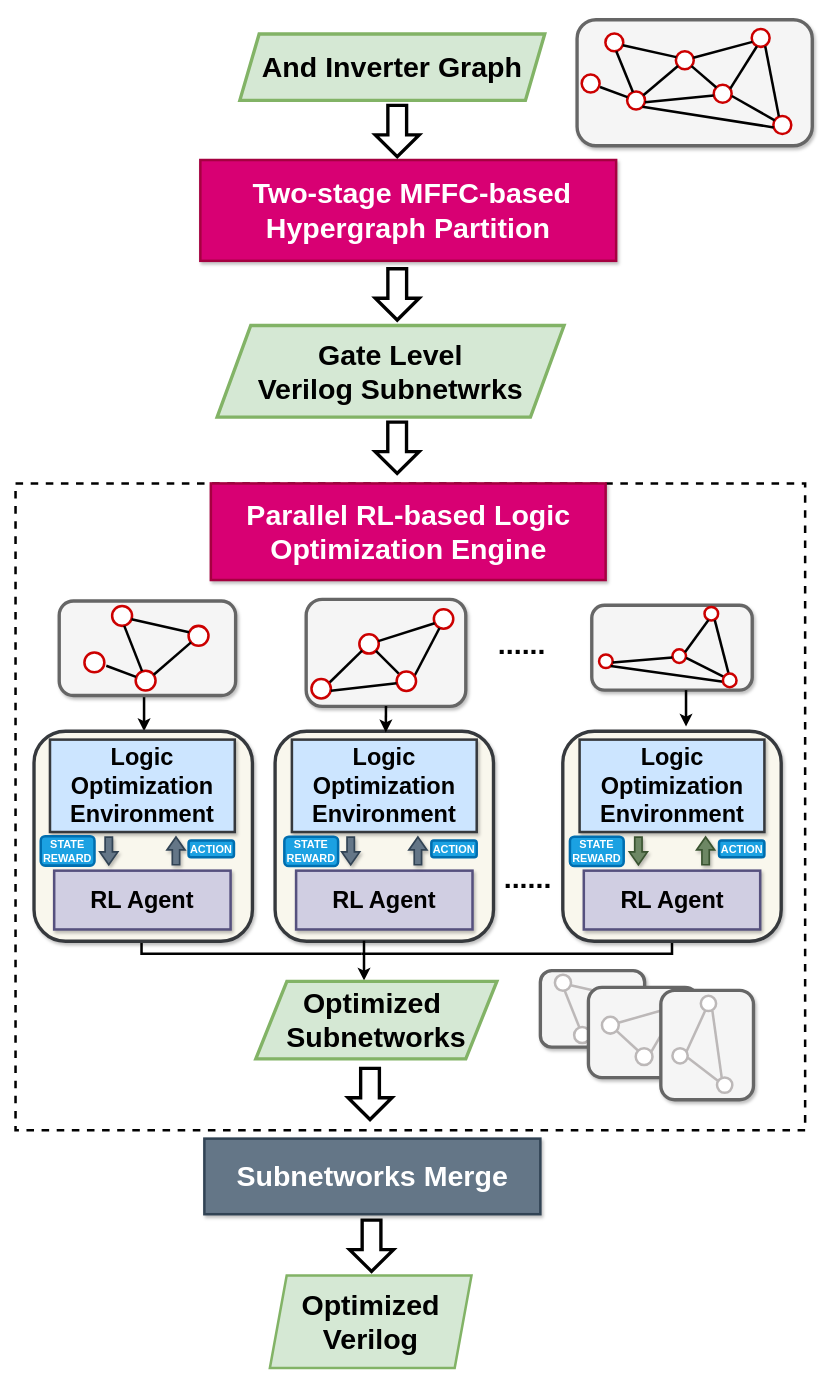
This is explorationEngine.drawio from kxzhu0505/LogicSynOpt, a draw.io file, before an edit. Source tidied: cells renumbered, new cells numbered last; positions are measured from the earlier drawing's top-left corner, leaving out a move shared by most shapes. Both pictures are drawn from the tidied source at 84%, with x=0, y=0 at pixel (15, 19).
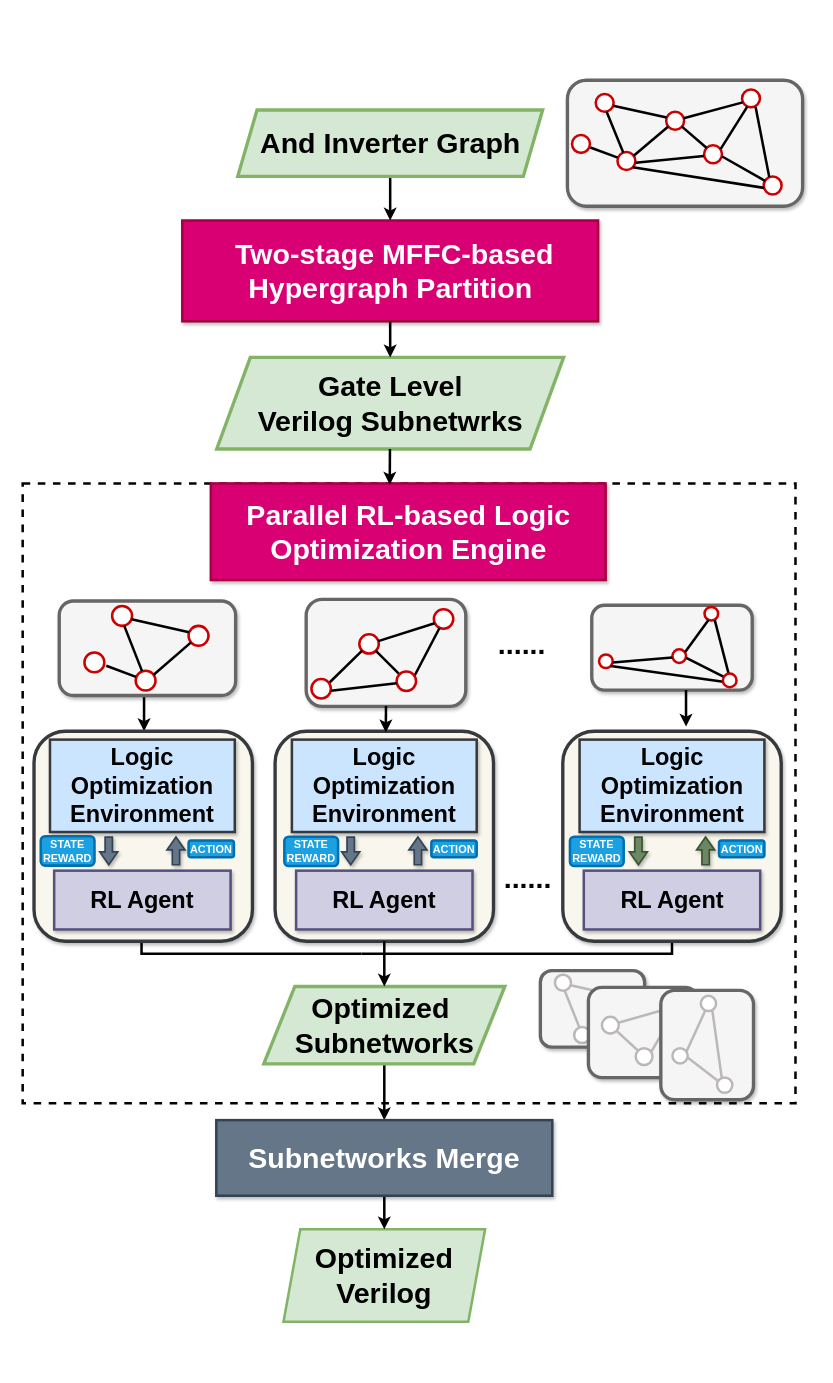
The same page after the edit.

The change refers to these unchanged cells:
```xml
<mxCell id="5" value="&lt;b style=&quot;color: rgb(0, 0, 0);&quot;&gt;&lt;font style=&quot;font-size: 34px;&quot; color=&quot;#ffffff&quot;&gt;&amp;nbsp;Two-stage MFFC-based Hypergraph Partition&lt;/font&gt;&lt;/b&gt;" style="rounded=0;whiteSpace=wrap;html=1;fillColor=#d80073;fontColor=#ffffff;strokeColor=#A50040;strokeWidth=3;shadow=1;" parent="4" vertex="1">
  <mxGeometry x="60" width="495" height="120" as="geometry" />
</mxCell>
<mxCell id="10" style="rounded=1;whiteSpace=wrap;html=1;strokeWidth=4;fillColor=#f9f7ed;strokeColor=#36393d;shadow=1;" parent="9" vertex="1">
  <mxGeometry y="20" width="260" height="250" as="geometry" />
</mxCell>
```

Change to the diagram source:
```diff
@@
     <mxCell id="2" style="rounded=0;whiteSpace=wrap;html=1;fillColor=none;strokeWidth=3;dashed=1;" parent="1" vertex="1">
-      <mxGeometry y="552" width="940" height="770" as="geometry" />
+      <mxGeometry x="8.5" y="552" width="920" height="738" as="geometry" />
     </mxCell>
     <mxCell id="3" value="&lt;b style=&quot;font-size: 34px;&quot;&gt;Optimized Verilog&lt;/b&gt;" style="shape=parallelogram;perimeter=parallelogramPerimeter;whiteSpace=wrap;html=1;fixedSize=1;fillColor=#d5e8d4;strokeColor=#82b366;strokeWidth=3;" parent="1" vertex="1">
-      <mxGeometry x="302.8" y="1495" width="240" height="110" as="geometry" />
+      <mxGeometry x="319" y="1440" width="240" height="110" as="geometry" />
     </mxCell>
     <mxCell id="4" style="group;" parent="1" vertex="1">
-      <mxGeometry x="160" y="167" width="615" height="120" as="geometry" />
+      <mxGeometry x="138.5" y="239" width="615" height="120" as="geometry" />
     </mxCell>
@@
-    <mxCell id="6" style="shape=flexArrow;endArrow=classic;html=1;rounded=0;strokeWidth=4;endWidth=25.992865636147446;endSize=7.303448275862069;width=19.310344827586206;" parent="1" edge="1">
-      <mxGeometry relative="1" as="geometry">
-        <mxPoint x="454.4" y="100" as="sourcePoint" />
-        <mxPoint x="454.4" y="165" as="targetPoint" />
-      </mxGeometry>
-    </mxCell>
-    <mxCell id="7" style="shape=flexArrow;endArrow=classic;html=1;rounded=0;strokeWidth=4;endWidth=25.992865636147446;endSize=7.303448275862069;width=19.310344827586206;" parent="1" edge="1">
-      <mxGeometry relative="1" as="geometry">
-        <mxPoint x="454.4" y="294.5" as="sourcePoint" />
-        <mxPoint x="454.4" y="359.5" as="targetPoint" />
-      </mxGeometry>
-    </mxCell>
@@
+    <mxCell id="120" style="edgeStyle=orthogonalEdgeStyle;rounded=0;jettySize=auto;html=1;strokeWidth=3;" parent="1" edge="1" source="50" target="5">
+      <mxGeometry relative="1" as="geometry" />
+    </mxCell>
     <mxCell id="50" value="&lt;b style=&quot;font-size: 34px;&quot;&gt;And Inverter Graph&lt;/b&gt;" style="shape=parallelogram;perimeter=parallelogramPerimeter;whiteSpace=wrap;html=1;fixedSize=1;size=23;fillColor=#d5e8d4;strokeColor=#82b366;strokeWidth=4;" parent="1" vertex="1">
-      <mxGeometry x="267" y="17" width="363" height="79" as="geometry" />
+      <mxGeometry x="264.5" y="107.5" width="363" height="79" as="geometry" />
     </mxCell>
     <mxCell id="51" value="&lt;font style=&quot;font-size: 34px;&quot;&gt;&lt;b&gt;&lt;font style=&quot;font-size: 34px;&quot;&gt;Gate Level Verilog&lt;/font&gt;&lt;/b&gt;&lt;b style=&quot;background-color: initial;&quot;&gt;&lt;font style=&quot;font-size: 34px;&quot;&gt;&amp;nbsp;Subnetwrks&lt;/font&gt;&lt;/b&gt;&lt;/font&gt;" style="shape=parallelogram;perimeter=parallelogramPerimeter;whiteSpace=wrap;html=1;fixedSize=1;size=40;fillColor=#d5e8d4;strokeColor=#82b366;strokeWidth=4;" parent="1" vertex="1">
-      <mxGeometry x="240" y="364" width="413" height="109" as="geometry" />
+      <mxGeometry x="239.5" y="402" width="413" height="109" as="geometry" />
     </mxCell>
     <mxCell id="52" style="group;" parent="1" vertex="1">
-      <mxGeometry x="660" width="280" height="150" as="geometry" />
+      <mxGeometry x="648.5" y="72" width="280" height="150" as="geometry" />
     </mxCell>
@@
-    <mxCell id="90" style="rounded=0;jettySize=auto;html=1;entryX=0.449;entryY=-0.01;entryDx=0;entryDy=0;entryPerimeter=0;strokeWidth=3;exitX=0.407;exitY=0.998;exitDx=0;exitDy=0;exitPerimeter=0;" parent="1" edge="1" source="10" target="94">
-      <mxGeometry relative="1" as="geometry" />
-    </mxCell>
-    <mxCell id="91" style="shape=flexArrow;endArrow=classic;html=1;rounded=0;strokeWidth=4;endWidth=25.992865636147446;endSize=7.303448275862069;width=19.310344827586206;" parent="1" edge="1">
-      <mxGeometry relative="1" as="geometry">
-        <mxPoint x="454.3" y="477" as="sourcePoint" />
-        <mxPoint x="454.3" y="542" as="targetPoint" />
-      </mxGeometry>
-    </mxCell>
@@
+    <mxCell id="121" style="edgeStyle=orthogonalEdgeStyle;rounded=0;jettySize=auto;html=1;entryX=0.5;entryY=0;entryDx=0;entryDy=0;strokeWidth=3;" parent="1" edge="1" source="94" target="95">
+      <mxGeometry relative="1" as="geometry" />
+    </mxCell>
     <mxCell id="94" value="&lt;b style=&quot;font-size: 34px;&quot;&gt;Optimized&amp;nbsp;&lt;/b&gt;&lt;div&gt;&lt;b style=&quot;font-size: 34px;&quot;&gt;Subnetworks&lt;/b&gt;&lt;br&gt;&lt;/div&gt;" style="shape=parallelogram;perimeter=parallelogramPerimeter;whiteSpace=wrap;html=1;fixedSize=1;size=37;fillColor=#d5e8d4;strokeColor=#82b366;strokeWidth=4;" parent="1" vertex="1">
-      <mxGeometry x="286" y="1144.8" width="287" height="92.2" as="geometry" />
+      <mxGeometry x="295.5" y="1150.9" width="287" height="92.2" as="geometry" />
     </mxCell>
+    <mxCell id="122" style="edgeStyle=orthogonalEdgeStyle;rounded=0;jettySize=auto;html=1;entryX=0.5;entryY=0;entryDx=0;entryDy=0;strokeWidth=3;" parent="1" edge="1" source="95" target="3">
+      <mxGeometry relative="1" as="geometry">
+        <Array as="points">
+          <mxPoint x="439" y="1420" />
+          <mxPoint x="439" y="1420" />
+        </Array>
+      </mxGeometry>
+    </mxCell>
     <mxCell id="95" value="&lt;b style=&quot;&quot;&gt;&lt;font style=&quot;font-size: 34px;&quot;&gt;Subnetworks Merge&lt;/font&gt;&lt;/b&gt;" style="rounded=0;whiteSpace=wrap;html=1;fillColor=#647687;fontColor=#ffffff;strokeColor=#314354;strokeWidth=3;shadow=1;" parent="1" vertex="1">
-      <mxGeometry x="224.8" y="1332" width="400" height="90" as="geometry" />
+      <mxGeometry x="239" y="1310" width="400" height="90" as="geometry" />
     </mxCell>
-    <mxCell id="96" style="shape=flexArrow;endArrow=classic;html=1;rounded=0;strokeWidth=4;endWidth=25.992865636147446;endSize=7.303448275862069;width=19.310344827586206;" parent="1" edge="1">
-      <mxGeometry relative="1" as="geometry">
-        <mxPoint x="422" y="1246.3" as="sourcePoint" />
-        <mxPoint x="422" y="1311.3" as="targetPoint" />
-      </mxGeometry>
-    </mxCell>
@@
-    <mxCell id="104" style="shape=flexArrow;endArrow=classic;html=1;rounded=0;strokeWidth=4;endWidth=25.992865636147446;endSize=7.303448275862069;width=19.310344827586206;" parent="1" edge="1">
-      <mxGeometry relative="1" as="geometry">
-        <mxPoint x="423.8" y="1427" as="sourcePoint" />
-        <mxPoint x="423.8" y="1492" as="targetPoint" />
-      </mxGeometry>
-    </mxCell>
@@
+    <mxCell id="123" style="edgeStyle=orthogonalEdgeStyle;rounded=0;jettySize=auto;html=1;entryX=0.5;entryY=0;entryDx=0;entryDy=0;strokeWidth=3;" parent="1" edge="1" source="5" target="51">
+      <mxGeometry relative="1" as="geometry" />
+    </mxCell>
+    <mxCell id="124" style="rounded=0;jettySize=auto;html=1;entryX=0.475;entryY=0.002;entryDx=0;entryDy=0;entryPerimeter=0;strokeWidth=3;" parent="1" edge="1" source="51" target="2">
+      <mxGeometry relative="1" as="geometry" />
+    </mxCell>
+    <mxCell id="90" style="edgeStyle=orthogonalEdgeStyle;rounded=0;jettySize=auto;html=1;entryX=0.5;entryY=0;entryDx=0;entryDy=0;strokeWidth=3;" parent="1" edge="1" source="10" target="94">
+      <mxGeometry relative="1" as="geometry" />
+    </mxCell>
```
